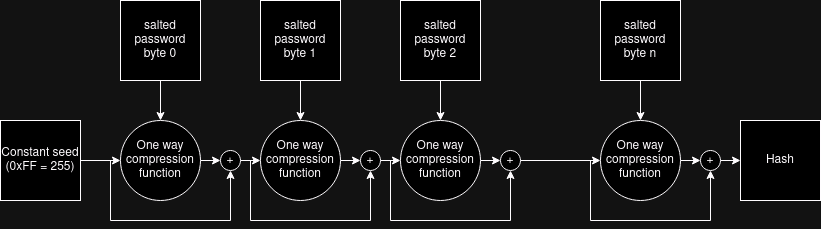
This is img/HSSS_hash.drawio.png from sushio4/hsss_encryption, a draw.io export, as it was before one commit. Source tidied: cells renumbered, new cells last; positions are measured from the earlier drawing's top-left corner, leaving out a move shared by most shapes.
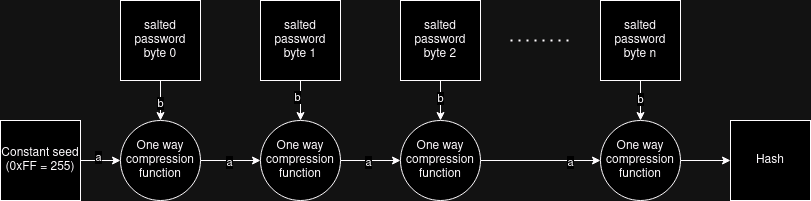
After the commit.

Change to the diagram source:
```diff
@@ -5,161 +5,89 @@
     <mxCell id="2" style="edgeStyle=orthogonalEdgeStyle;rounded=0;jettySize=auto;html=1;exitX=0.5;exitY=1;exitDx=0;exitDy=0;entryX=0.5;entryY=0;entryDx=0;entryDy=0;" parent="1" edge="1" source="3" target="14">
       <mxGeometry relative="1" as="geometry" />
     </mxCell>
+    <mxCell id="41" value="b" style="edgeLabel;html=1;align=center;verticalAlign=middle;" parent="2" vertex="1">
+      <mxGeometry x="0.1" y="-1" relative="1" as="geometry" />
+    </mxCell>
     <mxCell id="3" value="&lt;div&gt;salted password&lt;br&gt;&lt;/div&gt;&lt;div&gt;byte 0&lt;br&gt;&lt;/div&gt;" style="rounded=0;whiteSpace=wrap;html=1;" parent="1" vertex="1">
       <mxGeometry x="120" width="80" height="80" as="geometry" />
     </mxCell>
     <mxCell id="4" style="edgeStyle=orthogonalEdgeStyle;rounded=0;jettySize=auto;html=1;entryX=0.5;entryY=0;entryDx=0;entryDy=0;" parent="1" edge="1" source="5" target="16">
       <mxGeometry relative="1" as="geometry" />
     </mxCell>
+    <mxCell id="42" value="b" style="edgeLabel;html=1;align=center;verticalAlign=middle;" parent="4" vertex="1">
+      <mxGeometry x="-0.2" y="-4" relative="1" as="geometry" />
+    </mxCell>
     <mxCell id="5" value="&lt;div&gt;salted password&lt;br&gt;&lt;/div&gt;&lt;div&gt;byte 1&lt;br&gt;&lt;/div&gt;" style="rounded=0;whiteSpace=wrap;html=1;" parent="1" vertex="1">
       <mxGeometry x="260" width="80" height="80" as="geometry" />
     </mxCell>
     <mxCell id="6" value="Hash" style="rounded=0;whiteSpace=wrap;html=1;" parent="1" vertex="1">
-      <mxGeometry x="740" y="120" width="80" height="80" as="geometry" />
+      <mxGeometry x="730" y="120" width="80" height="80" as="geometry" />
     </mxCell>
     <mxCell id="7" style="edgeStyle=orthogonalEdgeStyle;rounded=0;jettySize=auto;html=1;exitX=0.5;exitY=1;exitDx=0;exitDy=0;entryX=0.5;entryY=0;entryDx=0;entryDy=0;" parent="1" edge="1" source="8" target="18">
       <mxGeometry relative="1" as="geometry" />
     </mxCell>
+    <mxCell id="43" value="b" style="edgeLabel;html=1;align=center;verticalAlign=middle;" parent="7" vertex="1">
+      <mxGeometry x="-0.15" y="-1" relative="1" as="geometry" />
+    </mxCell>
     <mxCell id="8" value="&lt;div&gt;salted password&lt;br&gt;&lt;/div&gt;&lt;div&gt;byte 2&lt;br&gt;&lt;/div&gt;" style="rounded=0;whiteSpace=wrap;html=1;" parent="1" vertex="1">
       <mxGeometry x="400" width="80" height="80" as="geometry" />
     </mxCell>
     <mxCell id="9" style="edgeStyle=orthogonalEdgeStyle;rounded=0;jettySize=auto;html=1;exitX=0.5;exitY=1;exitDx=0;exitDy=0;entryX=0.5;entryY=0;entryDx=0;entryDy=0;" parent="1" edge="1" source="10" target="20">
       <mxGeometry relative="1" as="geometry" />
     </mxCell>
+    <mxCell id="44" value="b" style="edgeLabel;html=1;align=center;verticalAlign=middle;" parent="9" vertex="1">
+      <mxGeometry x="-0.1" y="-1" relative="1" as="geometry" />
+    </mxCell>
     <mxCell id="10" value="&lt;div&gt;salted password&lt;br&gt;&lt;/div&gt;&lt;div&gt;byte n&lt;br&gt;&lt;/div&gt;" style="rounded=0;whiteSpace=wrap;html=1;" parent="1" vertex="1">
       <mxGeometry x="600" width="80" height="80" as="geometry" />
     </mxCell>
     <mxCell id="11" style="edgeStyle=orthogonalEdgeStyle;rounded=0;jettySize=auto;html=1;exitX=1;exitY=0.5;exitDx=0;exitDy=0;entryX=0;entryY=0.5;entryDx=0;entryDy=0;" parent="1" edge="1" source="12" target="14">
       <mxGeometry relative="1" as="geometry" />
     </mxCell>
+    <mxCell id="45" value="a" style="edgeLabel;html=1;align=center;verticalAlign=middle;" parent="11" vertex="1">
+      <mxGeometry x="-0.15" y="4" relative="1" as="geometry" />
+    </mxCell>
     <mxCell id="12" value="Constant seed (0xFF = 255)" style="rounded=0;whiteSpace=wrap;html=1;" parent="1" vertex="1">
       <mxGeometry y="120" width="80" height="80" as="geometry" />
     </mxCell>
-    <mxCell id="13" style="edgeStyle=orthogonalEdgeStyle;rounded=0;jettySize=auto;html=1;exitX=1;exitY=0.5;exitDx=0;exitDy=0;entryX=0;entryY=0.5;entryDx=0;entryDy=0;" parent="1" edge="1" source="14" target="23">
+    <mxCell id="13" style="edgeStyle=orthogonalEdgeStyle;rounded=0;jettySize=auto;html=1;exitX=1;exitY=0.5;exitDx=0;exitDy=0;entryX=0;entryY=0.5;entryDx=0;entryDy=0;" parent="1" edge="1" source="14" target="16">
       <mxGeometry relative="1" as="geometry" />
     </mxCell>
+    <mxCell id="46" value="a" style="edgeLabel;html=1;align=center;verticalAlign=middle;" parent="13" vertex="1">
+      <mxGeometry x="-0.07" y="-1" relative="1" as="geometry" />
+    </mxCell>
     <mxCell id="14" value="One way compression function" style="ellipse;whiteSpace=wrap;html=1;" parent="1" vertex="1">
       <mxGeometry x="120" y="120" width="80" height="80" as="geometry" />
     </mxCell>
-    <mxCell id="15" style="edgeStyle=orthogonalEdgeStyle;rounded=0;jettySize=auto;html=1;exitX=1;exitY=0.5;exitDx=0;exitDy=0;" parent="1" edge="1" source="16">
-      <mxGeometry relative="1" as="geometry">
-        <mxPoint x="360" y="160" as="targetPoint" />
-      </mxGeometry>
+    <mxCell id="15" style="edgeStyle=orthogonalEdgeStyle;rounded=0;jettySize=auto;html=1;exitX=1;exitY=0.5;exitDx=0;exitDy=0;entryX=0;entryY=0.5;entryDx=0;entryDy=0;" parent="1" edge="1" source="16" target="18">
+      <mxGeometry relative="1" as="geometry" />
     </mxCell>
+    <mxCell id="47" value="a" style="edgeLabel;html=1;align=center;verticalAlign=middle;" parent="15" vertex="1">
+      <mxGeometry x="-0.1" y="-1" relative="1" as="geometry" />
+    </mxCell>
     <mxCell id="16" value="One way compression function" style="ellipse;whiteSpace=wrap;html=1;" parent="1" vertex="1">
       <mxGeometry x="260" y="120" width="80" height="80" as="geometry" />
     </mxCell>
-    <mxCell id="17" style="edgeStyle=orthogonalEdgeStyle;rounded=0;jettySize=auto;html=1;exitX=1;exitY=0.5;exitDx=0;exitDy=0;" parent="1" edge="1" source="18">
-      <mxGeometry relative="1" as="geometry">
-        <mxPoint x="500" y="160" as="targetPoint" />
-      </mxGeometry>
+    <mxCell id="17" style="edgeStyle=orthogonalEdgeStyle;rounded=0;jettySize=auto;html=1;exitX=1;exitY=0.5;exitDx=0;exitDy=0;entryX=0;entryY=0.5;entryDx=0;entryDy=0;" parent="1" edge="1" source="18" target="20">
+      <mxGeometry relative="1" as="geometry" />
     </mxCell>
+    <mxCell id="48" value="a" style="edgeLabel;html=1;align=center;verticalAlign=middle;" parent="17" vertex="1">
+      <mxGeometry x="0.48" y="-1" relative="1" as="geometry" />
+    </mxCell>
     <mxCell id="18" value="One way compression function" style="ellipse;whiteSpace=wrap;html=1;" parent="1" vertex="1">
       <mxGeometry x="400" y="120" width="80" height="80" as="geometry" />
     </mxCell>
-    <mxCell id="19" style="edgeStyle=orthogonalEdgeStyle;rounded=0;jettySize=auto;html=1;exitX=1;exitY=0.5;exitDx=0;exitDy=0;" parent="1" edge="1" source="20">
-      <mxGeometry relative="1" as="geometry">
-        <mxPoint x="700" y="160" as="targetPoint" />
-      </mxGeometry>
+    <mxCell id="19" style="edgeStyle=orthogonalEdgeStyle;rounded=0;jettySize=auto;html=1;exitX=1;exitY=0.5;exitDx=0;exitDy=0;entryX=0;entryY=0.5;entryDx=0;entryDy=0;" parent="1" edge="1" source="20" target="6">
+      <mxGeometry relative="1" as="geometry" />
     </mxCell>
     <mxCell id="20" value="One way compression function" style="ellipse;whiteSpace=wrap;html=1;" parent="1" vertex="1">
       <mxGeometry x="600" y="120" width="80" height="80" as="geometry" />
     </mxCell>
-    <mxCell id="21" style="endArrow=none;html=1;rounded=0;" parent="1" edge="1">
-      <mxGeometry relative="1" as="geometry">
-        <mxPoint x="110" y="220" as="sourcePoint" />
-        <mxPoint x="110" y="160" as="targetPoint" />
-      </mxGeometry>
-    </mxCell>
-    <mxCell id="22" style="edgeStyle=orthogonalEdgeStyle;rounded=0;jettySize=auto;html=1;exitX=1;exitY=0.5;exitDx=0;exitDy=0;entryX=0;entryY=0.5;entryDx=0;entryDy=0;" parent="1" edge="1" source="23" target="16">
-      <mxGeometry relative="1" as="geometry" />
-    </mxCell>
-    <mxCell id="23" value="+" style="ellipse;whiteSpace=wrap;html=1;" parent="1" vertex="1">
-      <mxGeometry x="220" y="150" width="20" height="20" as="geometry" />
-    </mxCell>
-    <mxCell id="24" style="endArrow=none;html=1;rounded=0;" parent="1" edge="1">
-      <mxGeometry relative="1" as="geometry">
-        <mxPoint x="110" y="220" as="sourcePoint" />
-        <mxPoint x="230" y="220" as="targetPoint" />
-      </mxGeometry>
-    </mxCell>
-    <mxCell id="25" style="endArrow=classic;html=1;rounded=0;entryX=0.5;entryY=1;entryDx=0;entryDy=0;" parent="1" edge="1" target="23">
-      <mxGeometry relative="1" as="geometry">
-        <mxPoint x="230" y="220" as="sourcePoint" />
-      </mxGeometry>
-    </mxCell>
-    <mxCell id="26" style="endArrow=none;html=1;rounded=0;" parent="1" edge="1">
-      <mxGeometry relative="1" as="geometry">
-        <mxPoint x="250" y="220" as="sourcePoint" />
-        <mxPoint x="250" y="160" as="targetPoint" />
-      </mxGeometry>
-    </mxCell>
-    <mxCell id="27" style="edgeStyle=orthogonalEdgeStyle;rounded=0;jettySize=auto;html=1;exitX=1;exitY=0.5;exitDx=0;exitDy=0;entryX=0;entryY=0.5;entryDx=0;entryDy=0;" parent="1" edge="1" source="28">
-      <mxGeometry relative="1" as="geometry">
-        <mxPoint x="400" y="160" as="targetPoint" />
-      </mxGeometry>
-    </mxCell>
-    <mxCell id="28" value="+" style="ellipse;whiteSpace=wrap;html=1;" parent="1" vertex="1">
-      <mxGeometry x="360" y="150" width="20" height="20" as="geometry" />
-    </mxCell>
-    <mxCell id="29" style="endArrow=none;html=1;rounded=0;" parent="1" edge="1">
-      <mxGeometry relative="1" as="geometry">
-        <mxPoint x="250" y="220" as="sourcePoint" />
-        <mxPoint x="370" y="220" as="targetPoint" />
-      </mxGeometry>
-    </mxCell>
-    <mxCell id="30" style="endArrow=classic;html=1;rounded=0;entryX=0.5;entryY=1;entryDx=0;entryDy=0;" parent="1" edge="1" target="28">
-      <mxGeometry relative="1" as="geometry">
-        <mxPoint x="370" y="220" as="sourcePoint" />
-      </mxGeometry>
-    </mxCell>
-    <mxCell id="31" style="endArrow=none;html=1;rounded=0;" parent="1" edge="1">
-      <mxGeometry relative="1" as="geometry">
-        <mxPoint x="390" y="220" as="sourcePoint" />
-        <mxPoint x="390" y="160" as="targetPoint" />
-      </mxGeometry>
-    </mxCell>
-    <mxCell id="32" style="edgeStyle=orthogonalEdgeStyle;rounded=0;jettySize=auto;html=1;exitX=1;exitY=0.5;exitDx=0;exitDy=0;entryX=0;entryY=0.5;entryDx=0;entryDy=0;" parent="1" edge="1" source="33" target="20">
-      <mxGeometry relative="1" as="geometry" />
-    </mxCell>
-    <mxCell id="33" value="+" style="ellipse;whiteSpace=wrap;html=1;" parent="1" vertex="1">
-      <mxGeometry x="500" y="150" width="20" height="20" as="geometry" />
-    </mxCell>
-    <mxCell id="34" style="endArrow=none;html=1;rounded=0;" parent="1" edge="1">
-      <mxGeometry relative="1" as="geometry">
-        <mxPoint x="390" y="220" as="sourcePoint" />
-        <mxPoint x="510" y="220" as="targetPoint" />
-      </mxGeometry>
-    </mxCell>
-    <mxCell id="35" style="endArrow=classic;html=1;rounded=0;entryX=0.5;entryY=1;entryDx=0;entryDy=0;" parent="1" edge="1" target="33">
-      <mxGeometry relative="1" as="geometry">
-        <mxPoint x="510" y="220" as="sourcePoint" />
-      </mxGeometry>
-    </mxCell>
-    <mxCell id="36" style="endArrow=none;html=1;rounded=0;" parent="1" edge="1">
-      <mxGeometry relative="1" as="geometry">
-        <mxPoint x="590" y="220" as="sourcePoint" />
-        <mxPoint x="590" y="160" as="targetPoint" />
-      </mxGeometry>
-    </mxCell>
-    <mxCell id="37" style="edgeStyle=orthogonalEdgeStyle;rounded=0;jettySize=auto;html=1;exitX=1;exitY=0.5;exitDx=0;exitDy=0;entryX=0;entryY=0.5;entryDx=0;entryDy=0;" parent="1" edge="1" source="38">
-      <mxGeometry relative="1" as="geometry">
-        <mxPoint x="740" y="160" as="targetPoint" />
-      </mxGeometry>
-    </mxCell>
-    <mxCell id="38" value="+" style="ellipse;whiteSpace=wrap;html=1;" parent="1" vertex="1">
-      <mxGeometry x="700" y="150" width="20" height="20" as="geometry" />
-    </mxCell>
-    <mxCell id="39" style="endArrow=none;html=1;rounded=0;" parent="1" edge="1">
-      <mxGeometry relative="1" as="geometry">
-        <mxPoint x="590" y="220" as="sourcePoint" />
-        <mxPoint x="710" y="220" as="targetPoint" />
-      </mxGeometry>
-    </mxCell>
-    <mxCell id="40" style="endArrow=classic;html=1;rounded=0;entryX=0.5;entryY=1;entryDx=0;entryDy=0;" parent="1" edge="1" target="38">
-      <mxGeometry relative="1" as="geometry">
-        <mxPoint x="710" y="220" as="sourcePoint" />
-      </mxGeometry>
-    </mxCell>
+    <mxCell id="49" style="endArrow=none;dashed=1;html=1;dashPattern=1 3;strokeWidth=2;rounded=0;" parent="1" edge="1">
+      <mxGeometry relative="1" as="geometry">
+        <mxPoint x="510" y="40" as="sourcePoint" />
+        <mxPoint x="570" y="40" as="targetPoint" />
+      </mxGeometry>
+    </mxCell>
   </root>
 </mxGraphModel>
```
